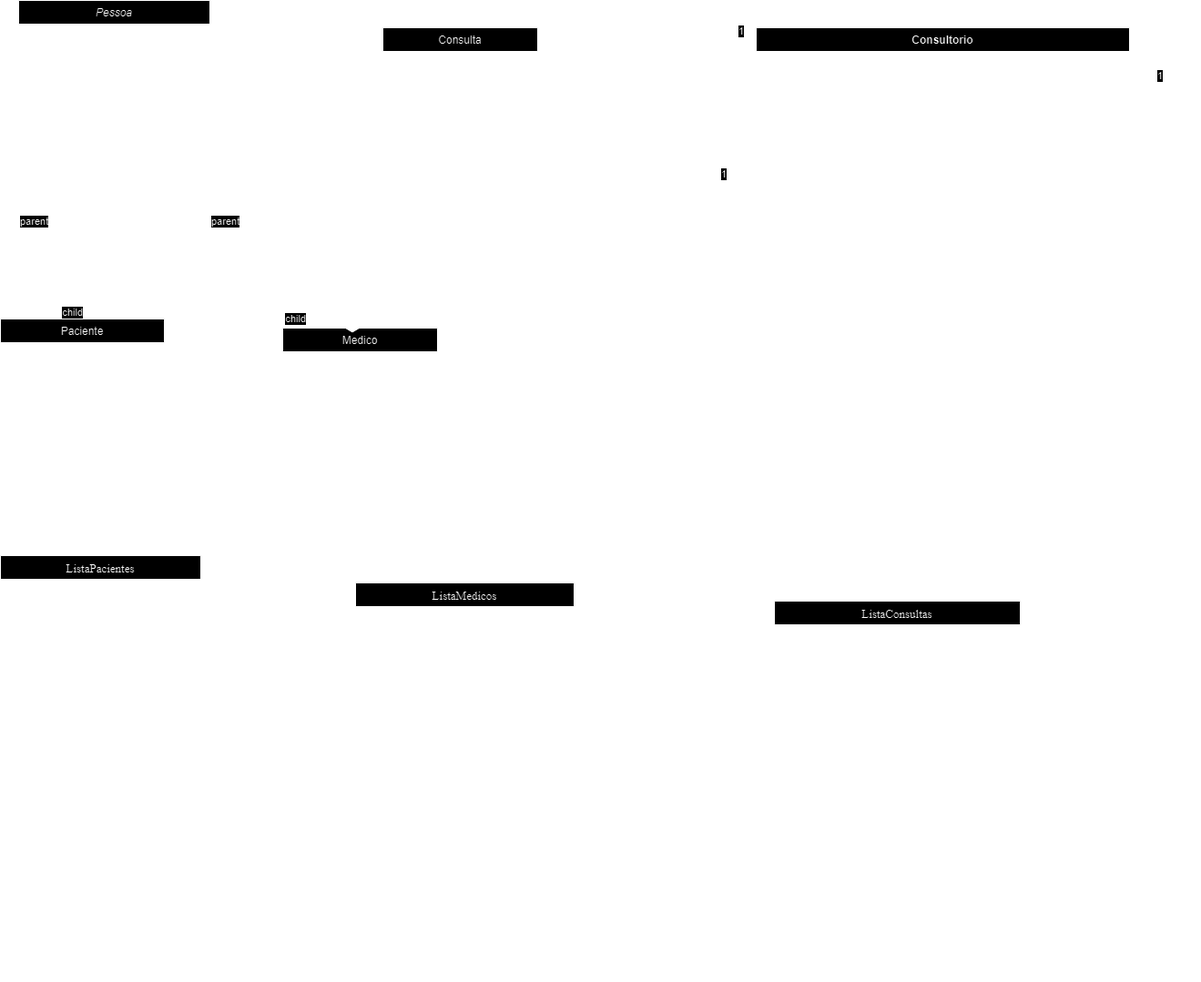
Above: Consultorio.drawio.png in ImArthz/Consultorio (draw.io), before the change. Source tidied: cells renumbered, new cells last; positions are measured from the earlier drawing's top-left corner, leaving out a move shared by most shapes.
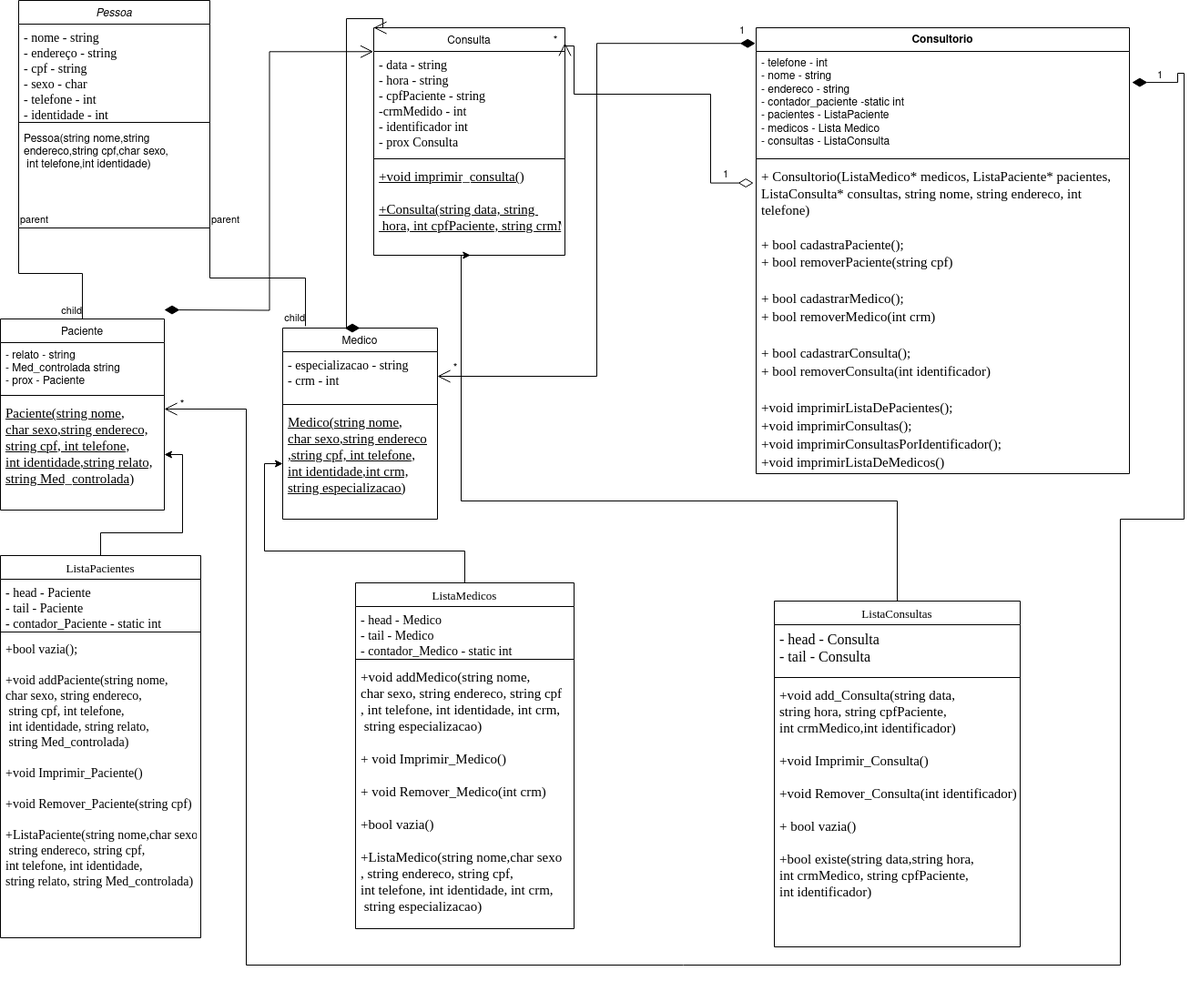
The same diagram one commit later.

What changed in the source:
```diff
@@ -42,16 +42,16 @@
       <mxGeometry y="88" width="220" height="332" as="geometry" />
     </mxCell>
     <mxCell id="15" value="Consulta" style="swimlane;fontStyle=0;align=center;verticalAlign=top;horizontal=1;startSize=26;rounded=0;shadow=0;strokeWidth=1;" parent="1" vertex="1">
-      <mxGeometry x="420" y="30" width="170" height="300" as="geometry" />
+      <mxGeometry x="410" y="30" width="210" height="250" as="geometry" />
     </mxCell>
-    <mxCell id="16" value="- data - string&#10;- hora - string&#10;- cpfPaciente - int&#10;-crmMedido - int &#10;- identificador int&#10;- prox Consulta" style="text;align=left;verticalAlign=top;spacingLeft=4;spacingRight=4;overflow=hidden;fontFamily=Times New Roman;fontSize=14;" parent="15" vertex="1">
-      <mxGeometry y="26" width="170" height="114" as="geometry" />
+    <mxCell id="16" value="- data - string&#10;- hora - string&#10;- cpfPaciente - string&#10;-crmMedido - int &#10;- identificador int&#10;- prox Consulta" style="text;align=left;verticalAlign=top;spacingLeft=4;spacingRight=4;overflow=hidden;fontFamily=Times New Roman;fontSize=14;" parent="15" vertex="1">
+      <mxGeometry y="26" width="210" height="114" as="geometry" />
     </mxCell>
     <mxCell id="17" style="line;html=1;strokeWidth=1;align=left;verticalAlign=middle;spacingTop=-1;spacingLeft=3;spacingRight=3;labelPosition=right;" parent="15" vertex="1">
-      <mxGeometry y="140" width="170" height="8" as="geometry" />
+      <mxGeometry y="140" width="210" height="8" as="geometry" />
     </mxCell>
-    <mxCell id="18" value="+void imprimir_consulta()&#10;&#10;+Consulta(string data, string hora&#10;, int cpfPaciente, int crmMedico,&#10;int identificador)&#10;" style="text;align=left;verticalAlign=top;spacingLeft=4;spacingRight=4;overflow=hidden;points=[[0,0.5],[1,0.5]];portConstraint=eastwest;fontStyle=4;fontFamily=Times New Roman;fontSize=15;" parent="15" vertex="1">
-      <mxGeometry y="148" width="170" height="152" as="geometry" />
+    <mxCell id="18" value="+void imprimir_consulta()&#10;&#10;+Consulta(string data, string &#10; hora, int cpfPaciente, string crmMedico,int identificador)&#10;" style="text;align=left;verticalAlign=top;spacingLeft=4;spacingRight=4;overflow=hidden;points=[[0,0.5],[1,0.5]];portConstraint=eastwest;fontStyle=4;fontFamily=Times New Roman;fontSize=15;" parent="15" vertex="1">
+      <mxGeometry y="148" width="210" height="102" as="geometry" />
     </mxCell>
     <mxCell id="19" style="edgeStyle=orthogonalEdgeStyle;rounded=0;jettySize=auto;html=1;entryX=0;entryY=0.5;entryDx=0;entryDy=0;" parent="1" edge="1" source="20" target="27">
       <mxGeometry relative="1" as="geometry" />
@@ -121,7 +121,7 @@
     <mxCell id="38" style="line;html=1;strokeWidth=1;align=left;verticalAlign=middle;spacingTop=-1;spacingLeft=3;spacingRight=3;labelPosition=right;" parent="36" vertex="1">
       <mxGeometry y="80" width="270" height="8" as="geometry" />
     </mxCell>
-    <mxCell id="39" value="+void add_Consulta(string data,&#10;string hora, int cpfPaciente, &#10;int crmMedico,int identificador)&#10;&#10;+void Imprimir_Consulta()&#10;&#10;+void Remover_Consulta(int identificador)&#10;&#10;+ bool vazia()&#10;&#10;+bool existe(string data,string hora,&#10;int crmMedico, int cpfPaciente,&#10;int identificador)" style="text;align=left;verticalAlign=top;spacingLeft=4;spacingRight=4;overflow=hidden;fontFamily=Times New Roman;fontSize=15;" parent="36" vertex="1">
+    <mxCell id="39" value="+void add_Consulta(string data,&#10;string hora, string cpfPaciente, &#10;int crmMedico,int identificador)&#10;&#10;+void Imprimir_Consulta()&#10;&#10;+void Remover_Consulta(int identificador)&#10;&#10;+ bool vazia()&#10;&#10;+bool existe(string data,string hora,&#10;int crmMedico, string cpfPaciente,&#10;int identificador)" style="text;align=left;verticalAlign=top;spacingLeft=4;spacingRight=4;overflow=hidden;fontFamily=Times New Roman;fontSize=15;" parent="36" vertex="1">
       <mxGeometry y="88" width="270" height="292" as="geometry" />
     </mxCell>
     <mxCell id="40" style="edgeStyle=orthogonalEdgeStyle;rounded=0;jettySize=auto;html=1;entryX=0.506;entryY=1;entryDx=0;entryDy=0;entryPerimeter=0;" parent="1" edge="1" source="36" target="18">
@@ -133,7 +133,7 @@
       </mxGeometry>
     </mxCell>
     <mxCell id="41" value="Consultorio" style="swimlane;fontStyle=1;align=center;verticalAlign=top;horizontal=1;startSize=26;whiteSpace=wrap;html=1;" parent="1" vertex="1">
-      <mxGeometry x="830" y="30" width="410" height="480" as="geometry" />
+      <mxGeometry x="830" y="30" width="410" height="490" as="geometry" />
     </mxCell>
     <mxCell id="42" value="- telefone - int&amp;nbsp;&lt;br&gt;- nome - string&amp;nbsp;&lt;br&gt;- endereco - string&lt;br&gt;- contador_paciente -static int&lt;br&gt;- pacientes - ListaPaciente&lt;br&gt;- medicos - Lista Medico&amp;nbsp;&lt;br&gt;- consultas - ListaConsulta" style="text;strokeColor=none;fillColor=none;align=left;verticalAlign=top;spacingLeft=4;spacingRight=4;overflow=hidden;points=[[0,0.5],[1,0.5]];portConstraint=eastwest;whiteSpace=wrap;html=1;" parent="41" vertex="1">
       <mxGeometry y="26" width="410" height="114" as="geometry" />
@@ -142,7 +142,7 @@
       <mxGeometry y="140" width="410" height="8" as="geometry" />
     </mxCell>
     <mxCell id="44" value="&lt;font style=&quot;font-size: 15px;&quot; face=&quot;Times New Roman&quot;&gt;+ Consultorio(ListaMedico* medicos, ListaPaciente* pacientes, ListaConsulta* consultas, string nome, string endereco, int telefone)&lt;br&gt;&lt;br&gt;+&amp;nbsp;bool cadastraPaciente();&lt;/font&gt;&lt;div style=&quot;font-size: 15px;&quot;&gt;&lt;font style=&quot;font-size: 15px;&quot; face=&quot;Times New Roman&quot;&gt;+ bool removerPaciente(string cpf)&lt;/font&gt;&lt;/div&gt;&lt;div style=&quot;font-size: 15px;&quot;&gt;&lt;font style=&quot;font-size: 15px;&quot; face=&quot;Times New Roman&quot;&gt;&lt;br&gt;&lt;/font&gt;&lt;/div&gt;&lt;div style=&quot;font-size: 15px;&quot;&gt;&lt;div&gt;&lt;font style=&quot;font-size: 15px;&quot; face=&quot;Times New Roman&quot;&gt;+ bool cadastrarMedico();&lt;/font&gt;&lt;/div&gt;&lt;div&gt;&lt;font style=&quot;font-size: 15px;&quot; face=&quot;Times New Roman&quot;&gt;+ bool removerMedico(int crm)&lt;/font&gt;&lt;/div&gt;&lt;/div&gt;&lt;div style=&quot;font-size: 15px;&quot;&gt;&lt;font style=&quot;font-size: 15px;&quot; face=&quot;Times New Roman&quot;&gt;&lt;br&gt;&lt;/font&gt;&lt;/div&gt;&lt;div style=&quot;font-size: 15px;&quot;&gt;&lt;font style=&quot;font-size: 15px;&quot; face=&quot;Times New Roman&quot;&gt;+ bool cadastrarConsulta();&lt;/font&gt;&lt;/div&gt;&lt;div style=&quot;font-size: 15px;&quot;&gt;&lt;font style=&quot;font-size: 15px;&quot; face=&quot;Times New Roman&quot;&gt;+ bool removerConsulta(int identificador)&lt;/font&gt;&lt;/div&gt;&lt;div style=&quot;font-size: 15px;&quot;&gt;&lt;font style=&quot;font-size: 15px;&quot; face=&quot;Times New Roman&quot;&gt;&lt;br&gt;&lt;/font&gt;&lt;/div&gt;&lt;div style=&quot;font-size: 15px;&quot;&gt;&lt;font style=&quot;font-size: 15px;&quot; face=&quot;Times New Roman&quot;&gt;+void imprimirListaDePacientes();&lt;/font&gt;&lt;/div&gt;&lt;div style=&quot;font-size: 15px;&quot;&gt;&lt;font style=&quot;font-size: 15px;&quot; face=&quot;Times New Roman&quot;&gt;+void imprimirConsultas();&lt;/font&gt;&lt;/div&gt;&lt;div style=&quot;font-size: 15px;&quot;&gt;&lt;font style=&quot;font-size: 15px;&quot; face=&quot;Times New Roman&quot;&gt;+void imprimirConsultasPorIdentificador();&lt;/font&gt;&lt;/div&gt;&lt;div style=&quot;font-size: 15px;&quot;&gt;&lt;font style=&quot;font-size: 15px;&quot; face=&quot;Times New Roman&quot;&gt;+void imprimirListaDeMedicos()&lt;/font&gt;&lt;/div&gt;" style="text;strokeColor=none;fillColor=none;align=left;verticalAlign=top;spacingLeft=4;spacingRight=4;overflow=hidden;points=[[0,0.5],[1,0.5]];portConstraint=eastwest;whiteSpace=wrap;html=1;" parent="41" vertex="1">
-      <mxGeometry y="148" width="410" height="332" as="geometry" />
+      <mxGeometry y="148" width="410" height="342" as="geometry" />
     </mxCell>
     <mxCell id="45" value="1" style="endArrow=open;html=1;endSize=12;startArrow=diamondThin;startSize=14;startFill=1;edgeStyle=orthogonalEdgeStyle;align=left;verticalAlign=bottom;rounded=0;entryX=1;entryY=0.5;entryDx=0;entryDy=0;exitX=-0.002;exitY=-0.077;exitDx=0;exitDy=0;exitPerimeter=0;" parent="1" edge="1" source="42" target="25">
       <mxGeometry x="-0.95" y="-4" relative="1" as="geometry" />
```
